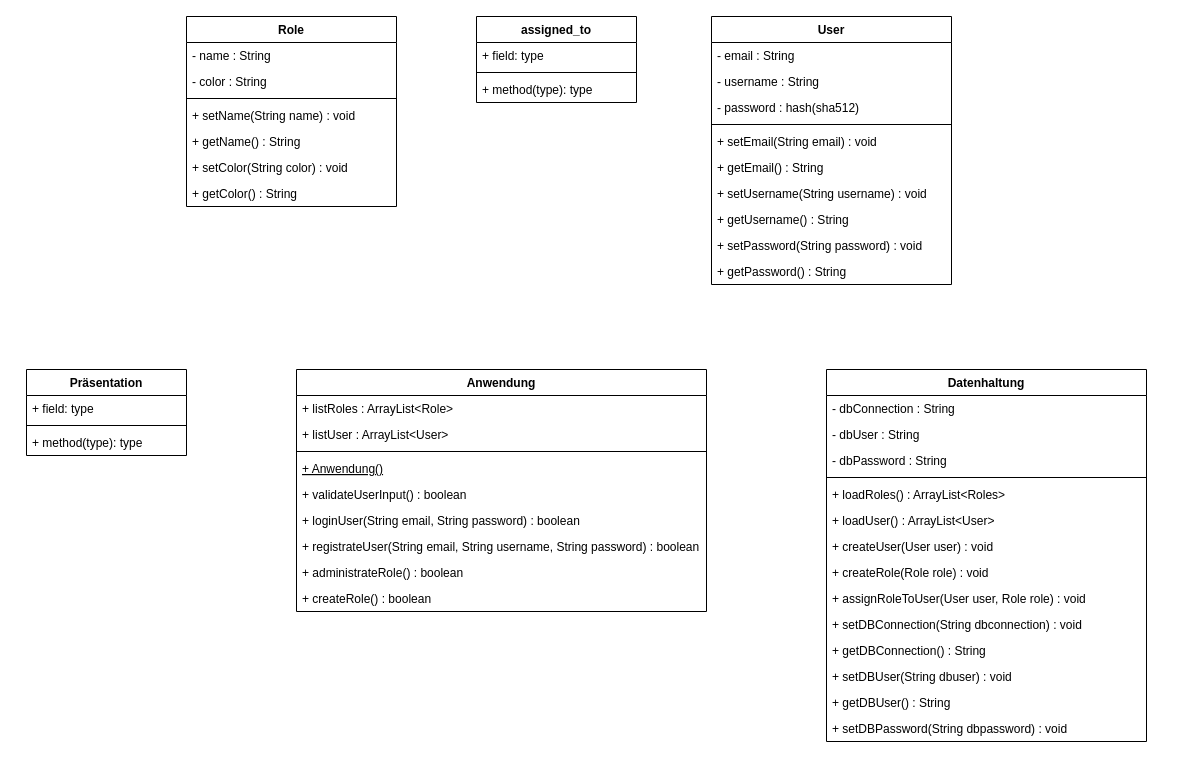
Earlier version of the draw.io diagram doc/functionality.drawio (STK-Students/Quest-Editor). Source tidied: cells renumbered, new cells numbered last; positions are measured from the earlier drawing's top-left corner, leaving out a move shared by most shapes. Both pictures are drawn from the tidied source at 100%, with x=0, y=0 at pixel (26, 16).
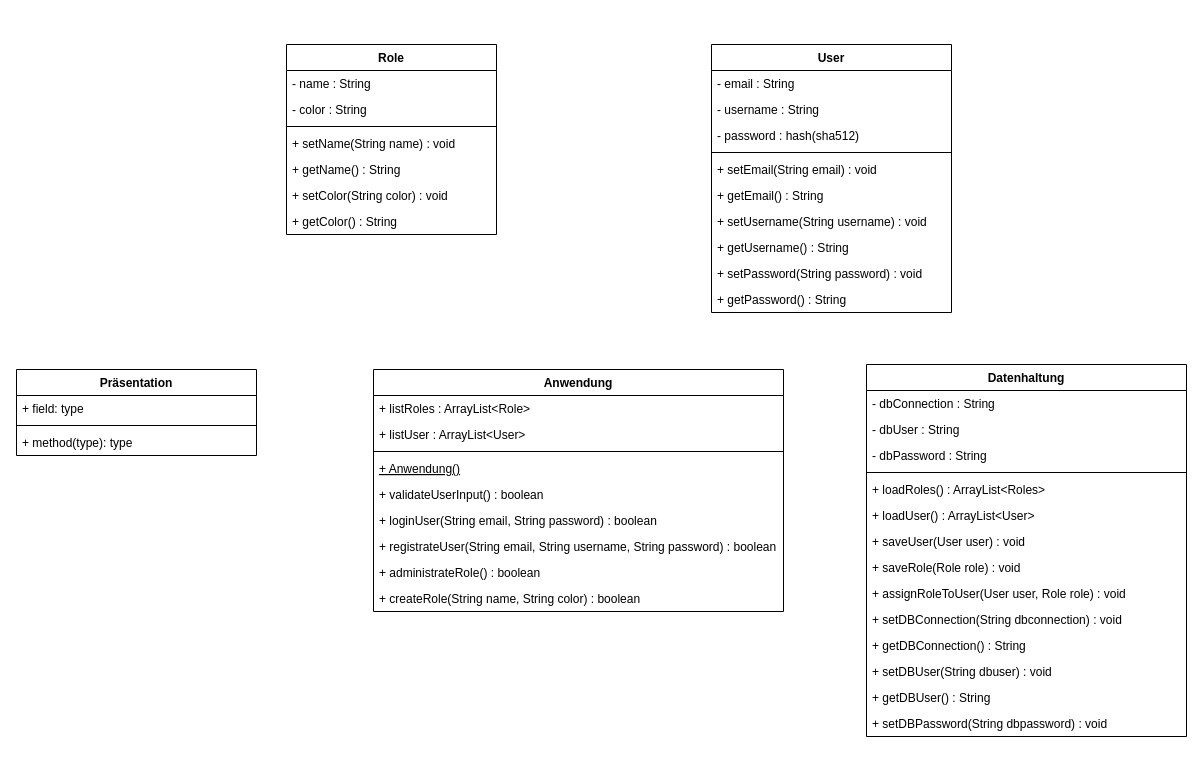
After the change.

The edit, as a diff of the source:
```diff
@@
     <mxCell id="2" value="Datenhaltung" style="swimlane;fontStyle=1;align=center;verticalAlign=top;horizontal=1;startSize=26;" parent="1" vertex="1">
-      <mxGeometry x="800" y="353" width="320" height="372" as="geometry" />
+      <mxGeometry x="840" y="348" width="320" height="372" as="geometry" />
     </mxCell>
@@
-    <mxCell id="9" value="+ createUser(User user) : void" style="text;strokeColor=none;fillColor=none;align=left;verticalAlign=top;spacingLeft=4;spacingRight=4;overflow=hidden;" parent="2" vertex="1">
+    <mxCell id="9" value="+ saveUser(User user) : void" style="text;strokeColor=none;fillColor=none;align=left;verticalAlign=top;spacingLeft=4;spacingRight=4;overflow=hidden;" parent="2" vertex="1">
       <mxGeometry y="164" width="320" height="26" as="geometry" />
     </mxCell>
-    <mxCell id="10" value="+ createRole(Role role) : void" style="text;strokeColor=none;fillColor=none;align=left;verticalAlign=top;spacingLeft=4;spacingRight=4;overflow=hidden;" parent="2" vertex="1">
+    <mxCell id="10" value="+ saveRole(Role role) : void" style="text;strokeColor=none;fillColor=none;align=left;verticalAlign=top;spacingLeft=4;spacingRight=4;overflow=hidden;" parent="2" vertex="1">
       <mxGeometry y="190" width="320" height="26" as="geometry" />
     </mxCell>
@@
     <mxCell id="17" value="Präsentation" style="swimlane;fontStyle=1;align=center;verticalAlign=top;horizontal=1;startSize=26;" parent="1" vertex="1">
-      <mxGeometry y="353" width="160" height="86" as="geometry" />
+      <mxGeometry x="-10" y="353" width="240" height="86" as="geometry" />
     </mxCell>
     <mxCell id="18" value="+ field: type" style="text;strokeColor=none;fillColor=none;align=left;verticalAlign=top;spacingLeft=4;spacingRight=4;overflow=hidden;" parent="17" vertex="1">
-      <mxGeometry y="26" width="160" height="26" as="geometry" />
+      <mxGeometry y="26" width="240" height="26" as="geometry" />
     </mxCell>
     <mxCell id="19" style="line;strokeWidth=1;fillColor=none;align=left;verticalAlign=middle;spacingTop=-1;spacingLeft=3;spacingRight=3;labelPosition=right;" parent="17" vertex="1">
-      <mxGeometry y="52" width="160" height="8" as="geometry" />
+      <mxGeometry y="52" width="240" height="8" as="geometry" />
     </mxCell>
     <mxCell id="20" value="+ method(type): type" style="text;strokeColor=none;fillColor=none;align=left;verticalAlign=top;spacingLeft=4;spacingRight=4;overflow=hidden;" parent="17" vertex="1">
-      <mxGeometry y="60" width="160" height="26" as="geometry" />
+      <mxGeometry y="60" width="240" height="26" as="geometry" />
     </mxCell>
     <mxCell id="21" value="Anwendung" style="swimlane;fontStyle=1;align=center;verticalAlign=top;horizontal=1;startSize=26;" parent="1" vertex="1">
-      <mxGeometry x="270" y="353" width="410" height="242" as="geometry" />
+      <mxGeometry x="347" y="353" width="410" height="242" as="geometry" />
     </mxCell>
@@
-    <mxCell id="30" value="+ createRole() : boolean" style="text;strokeColor=none;fillColor=none;align=left;verticalAlign=top;spacingLeft=4;spacingRight=4;overflow=hidden;fontStyle=0;" parent="21" vertex="1">
+    <mxCell id="30" value="+ createRole(String name, String color) : boolean" style="text;strokeColor=none;fillColor=none;align=left;verticalAlign=top;spacingLeft=4;spacingRight=4;overflow=hidden;fontStyle=0;" parent="21" vertex="1">
       <mxGeometry y="216" width="410" height="26" as="geometry" />
     </mxCell>
     <mxCell id="31" value="Role" style="swimlane;fontStyle=1;align=center;verticalAlign=top;horizontal=1;startSize=26;" parent="1" vertex="1">
-      <mxGeometry x="160" width="210" height="190" as="geometry" />
+      <mxGeometry x="260" y="28" width="210" height="190" as="geometry" />
     </mxCell>
@@
     <mxCell id="39" value="User" style="swimlane;fontStyle=1;align=center;verticalAlign=top;horizontal=1;startSize=26;" parent="1" vertex="1">
-      <mxGeometry x="685" width="240" height="268" as="geometry" />
+      <mxGeometry x="685" y="28" width="240" height="268" as="geometry" />
     </mxCell>
@@
-    <mxCell id="50" value="assigned_to" style="swimlane;fontStyle=1;align=center;verticalAlign=top;horizontal=1;startSize=26;" parent="1" vertex="1">
-      <mxGeometry x="450" width="160" height="86" as="geometry" />
-    </mxCell>
-    <mxCell id="51" value="+ field: type" style="text;strokeColor=none;fillColor=none;align=left;verticalAlign=top;spacingLeft=4;spacingRight=4;overflow=hidden;" parent="50" vertex="1">
-      <mxGeometry y="26" width="160" height="26" as="geometry" />
-    </mxCell>
-    <mxCell id="52" style="line;strokeWidth=1;fillColor=none;align=left;verticalAlign=middle;spacingTop=-1;spacingLeft=3;spacingRight=3;labelPosition=right;" parent="50" vertex="1">
-      <mxGeometry y="52" width="160" height="8" as="geometry" />
-    </mxCell>
-    <mxCell id="53" value="+ method(type): type" style="text;strokeColor=none;fillColor=none;align=left;verticalAlign=top;spacingLeft=4;spacingRight=4;overflow=hidden;" parent="50" vertex="1">
-      <mxGeometry y="60" width="160" height="26" as="geometry" />
-    </mxCell>
```
